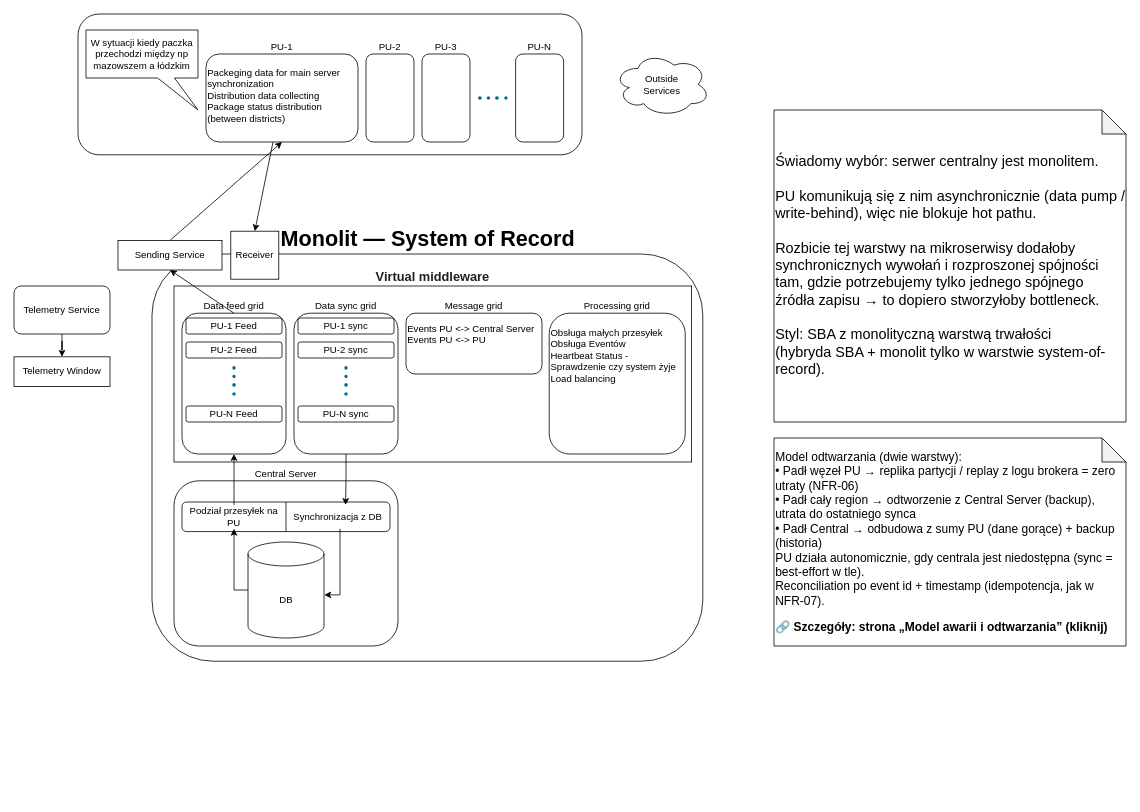
The draw.io diagram page "SBA (wariant hybrydowy)" (3 of 5) of architektura.drawio in Franio2018/Projekt-Zespolowy, before the edit. Source tidied: cells renumbered, new cells numbered last; positions are measured from the earlier drawing's top-left corner, leaving out a move shared by most shapes. Both pictures are drawn from the tidied source at 80%, with x=0, y=0 at pixel (14, 14).
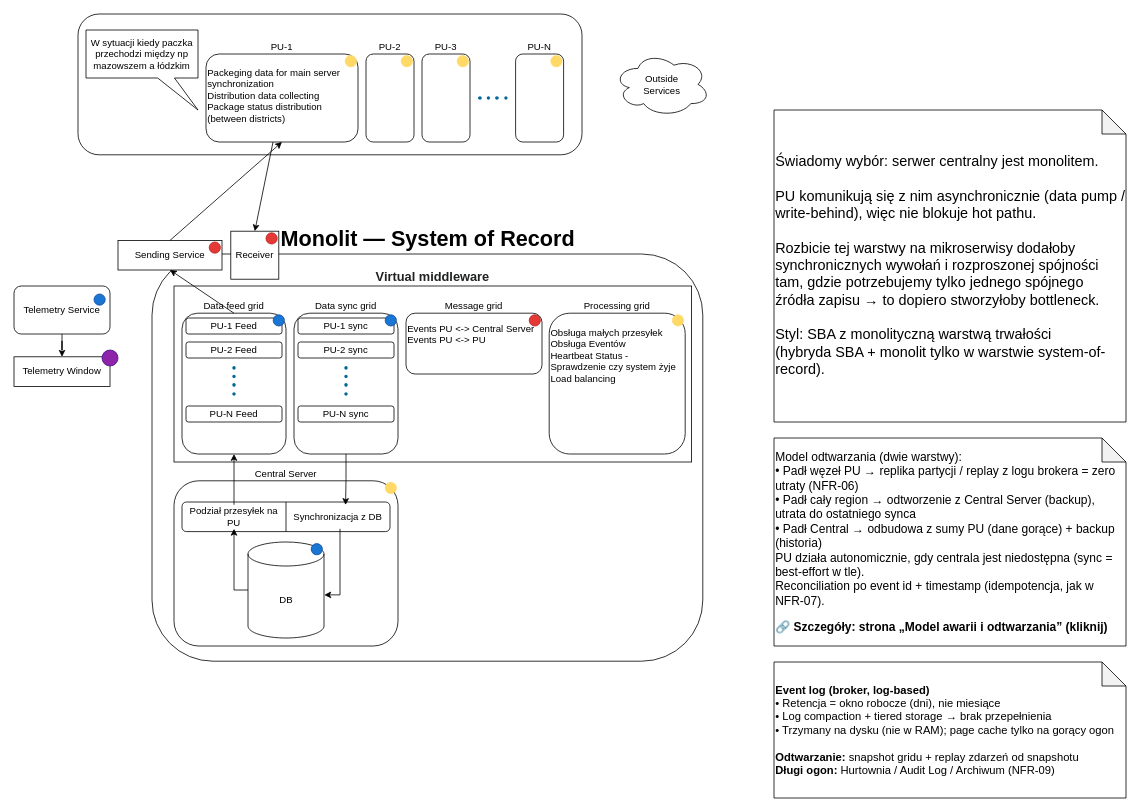
The same diagram, later.

What changed in the source:
```diff
@@
+    <mxCell id="47" value="&lt;div&gt;&lt;b&gt;Event log (broker, log-based)&lt;/b&gt;&lt;/div&gt;&lt;div&gt;• Retencja = okno robocze (dni), nie miesiące&lt;/div&gt;&lt;div&gt;• Log compaction + tiered storage → brak przepełnienia&lt;/div&gt;&lt;div&gt;• Trzymany na dysku (nie w RAM); page cache tylko na gorący ogon&lt;/div&gt;&lt;div&gt;&lt;br&gt;&lt;/div&gt;&lt;div&gt;&lt;b&gt;Odtwarzanie:&lt;/b&gt; snapshot gridu + replay zdarzeń od snapshotu&lt;/div&gt;&lt;div&gt;&lt;b&gt;Długi ogon:&lt;/b&gt; Hurtownia / Audit Log / Archiwum (NFR-09)&lt;/div&gt;" style="shape=note;whiteSpace=wrap;html=1;backgroundOutline=1;darkOpacity=0.05;align=left;fontSize=14;" parent="1" vertex="1">
+      <mxGeometry x="950" y="810" width="440" height="170" as="geometry" />
+    </mxCell>
+    <mxCell id="48" style="ellipse;whiteSpace=wrap;html=1;fillColor=#FFD966;strokeColor=#FFD966;" parent="1" vertex="1">
+      <mxGeometry x="414" y="52" width="14" height="14" as="geometry" />
+    </mxCell>
+    <mxCell id="49" style="ellipse;whiteSpace=wrap;html=1;fillColor=#FFD966;strokeColor=#FFD966;" parent="1" vertex="1">
+      <mxGeometry x="484" y="52" width="14" height="14" as="geometry" />
+    </mxCell>
+    <mxCell id="50" style="ellipse;whiteSpace=wrap;html=1;fillColor=#FFD966;strokeColor=#FFD966;" parent="1" vertex="1">
+      <mxGeometry x="554" y="52" width="14" height="14" as="geometry" />
+    </mxCell>
+    <mxCell id="51" style="ellipse;whiteSpace=wrap;html=1;fillColor=#FFD966;strokeColor=#FFD966;" parent="1" vertex="1">
+      <mxGeometry x="671" y="52" width="14" height="14" as="geometry" />
+    </mxCell>
+    <mxCell id="52" style="ellipse;whiteSpace=wrap;html=1;fillColor=#FFD966;strokeColor=#FFD966;" parent="1" vertex="1">
+      <mxGeometry x="823" y="376" width="14" height="14" as="geometry" />
+    </mxCell>
+    <mxCell id="53" style="ellipse;whiteSpace=wrap;html=1;fillColor=#FFD966;strokeColor=#FFD966;" parent="1" vertex="1">
+      <mxGeometry x="464" y="585.5" width="14" height="14" as="geometry" />
+    </mxCell>
+    <mxCell id="54" style="ellipse;whiteSpace=wrap;html=1;fillColor=#E53935;strokeColor=#B71C1C;" parent="1" vertex="1">
+      <mxGeometry x="644" y="376" width="14" height="14" as="geometry" />
+    </mxCell>
+    <mxCell id="55" style="ellipse;whiteSpace=wrap;html=1;fillColor=#E53935;strokeColor=#B71C1C;" parent="1" vertex="1">
+      <mxGeometry x="244" y="285" width="14" height="14" as="geometry" />
+    </mxCell>
+    <mxCell id="56" style="ellipse;whiteSpace=wrap;html=1;fillColor=#E53935;strokeColor=#B71C1C;" parent="1" vertex="1">
+      <mxGeometry x="315" y="273.5" width="14" height="14" as="geometry" />
+    </mxCell>
+    <mxCell id="57" style="ellipse;whiteSpace=wrap;html=1;fillColor=#1976D2;strokeColor=#0D47A1;" parent="1" vertex="1">
+      <mxGeometry x="324" y="376" width="14" height="14" as="geometry" />
+    </mxCell>
+    <mxCell id="58" style="ellipse;whiteSpace=wrap;html=1;fillColor=#1976D2;strokeColor=#0D47A1;" parent="1" vertex="1">
+      <mxGeometry x="464" y="376" width="14" height="14" as="geometry" />
+    </mxCell>
+    <mxCell id="59" style="ellipse;whiteSpace=wrap;html=1;fillColor=#1976D2;strokeColor=#0D47A1;" parent="1" vertex="1">
+      <mxGeometry x="371.5" y="662" width="14" height="14" as="geometry" />
+    </mxCell>
+    <mxCell id="60" style="ellipse;whiteSpace=wrap;html=1;fillColor=#1976D2;strokeColor=#0D47A1;" parent="1" vertex="1">
+      <mxGeometry x="100" y="350" width="14" height="14" as="geometry" />
+    </mxCell>
+    <mxCell id="61" style="ellipse;whiteSpace=wrap;html=1;fillColor=#8E24AA;strokeColor=#4A148C;" parent="1" vertex="1">
+      <mxGeometry x="110" y="420" width="20" height="20" as="geometry" />
+    </mxCell>
```
